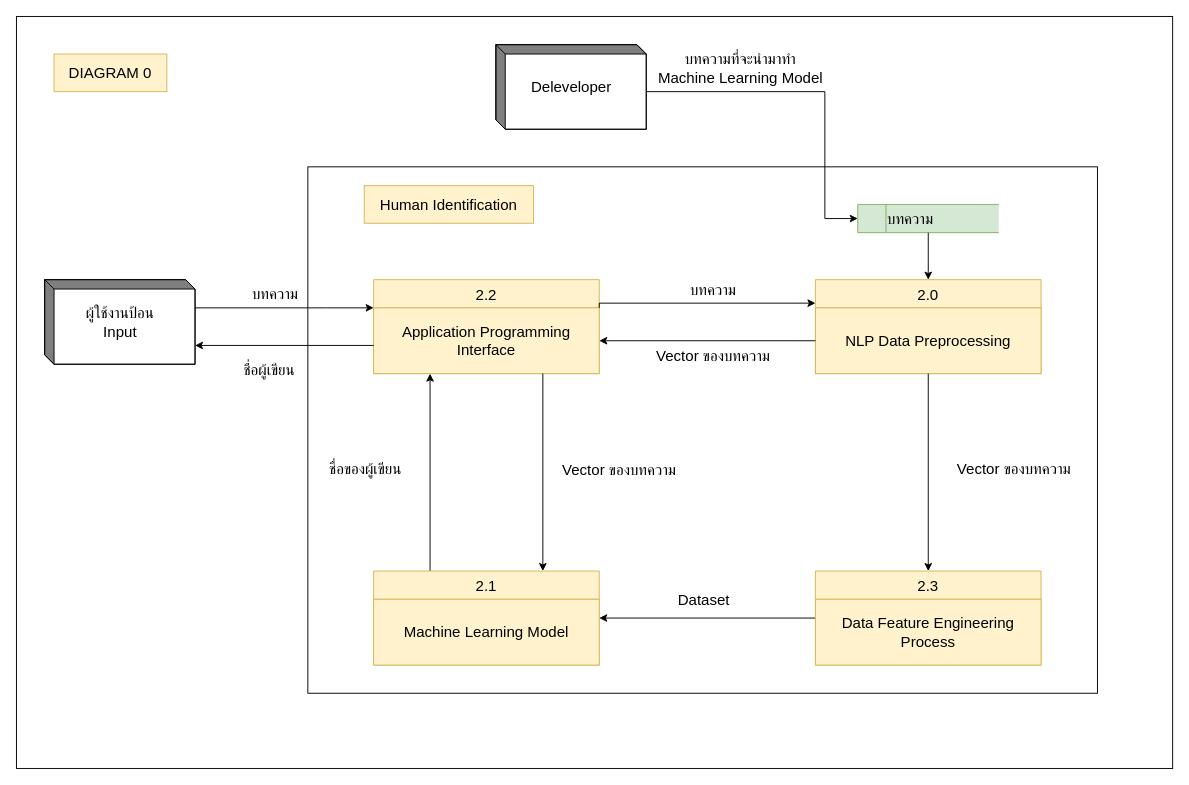
Earlier version of the draw.io diagram page "Page-1" (1 of 3) of CE_project_diagram/DataFlow_diagram.drawio (phlpat/test_repo). Source tidied: cells renumbered, new cells numbered last; positions are measured from the earlier drawing's top-left corner, leaving out a move shared by most shapes. Both pictures are drawn from the tidied source at 94%, with x=0, y=0 at pixel (16, 16).
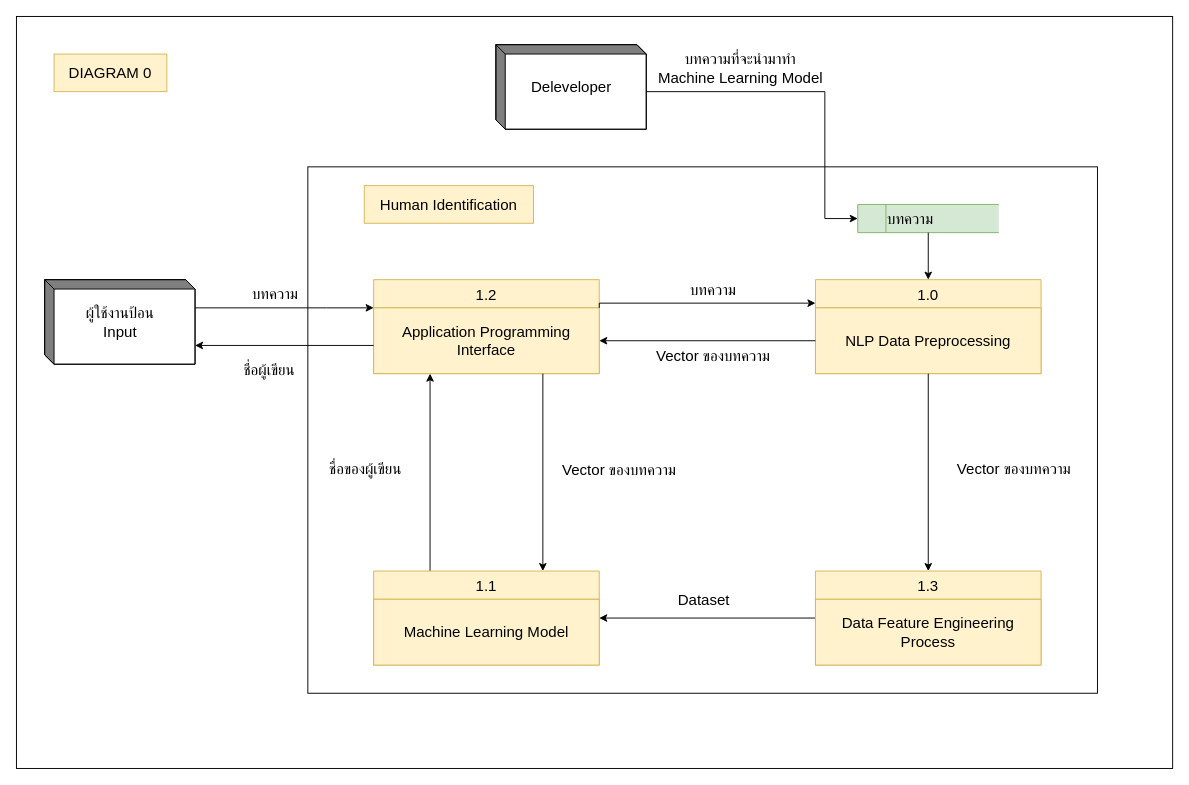
The same diagram, later.

The change refers to these unchanged cells:
```xml
<mxCell id="2" style="group;" parent="1" vertex="1">
  <mxGeometry width="1230" height="800" as="geometry" />
</mxCell>
```

What changed in the source:
```diff
@@
-    <mxCell id="11" value="2.2" style="swimlane;fontStyle=0;horizontal=1;startSize=30;fillColor=#fff2cc;swimlaneFillColor=#ffffff;fontSize=16;strokeColor=#d6b656;" parent="2" vertex="1">
+    <mxCell id="11" value="1.2" style="swimlane;fontStyle=0;horizontal=1;startSize=30;fillColor=#fff2cc;swimlaneFillColor=#ffffff;fontSize=16;strokeColor=#d6b656;" parent="2" vertex="1">
       <mxGeometry x="380" y="280" width="240" height="100" as="geometry" />
     </mxCell>
@@
-    <mxCell id="13" value="2.0" style="swimlane;fontStyle=0;horizontal=1;startSize=30;fillColor=#fff2cc;swimlaneFillColor=#ffffff;fontSize=16;strokeColor=#d6b656;" parent="2" vertex="1">
+    <mxCell id="13" value="1.0" style="swimlane;fontStyle=0;horizontal=1;startSize=30;fillColor=#fff2cc;swimlaneFillColor=#ffffff;fontSize=16;strokeColor=#d6b656;" parent="2" vertex="1">
       <mxGeometry x="850" y="280" width="240" height="100" as="geometry" />
     </mxCell>
@@
-    <mxCell id="20" value="2.1" style="swimlane;fontStyle=0;horizontal=1;startSize=30;fillColor=#fff2cc;swimlaneFillColor=#ffffff;fontSize=16;strokeColor=#d6b656;" parent="2" vertex="1">
+    <mxCell id="20" value="1.1" style="swimlane;fontStyle=0;horizontal=1;startSize=30;fillColor=#fff2cc;swimlaneFillColor=#ffffff;fontSize=16;strokeColor=#d6b656;" parent="2" vertex="1">
       <mxGeometry x="380" y="590" width="240" height="100" as="geometry" />
     </mxCell>
@@
-    <mxCell id="27" value="2.3" style="swimlane;fontStyle=0;horizontal=1;startSize=30;fillColor=#fff2cc;swimlaneFillColor=#ffffff;fontSize=16;strokeColor=#d6b656;" parent="2" vertex="1">
+    <mxCell id="27" value="1.3" style="swimlane;fontStyle=0;horizontal=1;startSize=30;fillColor=#fff2cc;swimlaneFillColor=#ffffff;fontSize=16;strokeColor=#d6b656;" parent="2" vertex="1">
       <mxGeometry x="850" y="590" width="240" height="100" as="geometry" />
     </mxCell>
```
